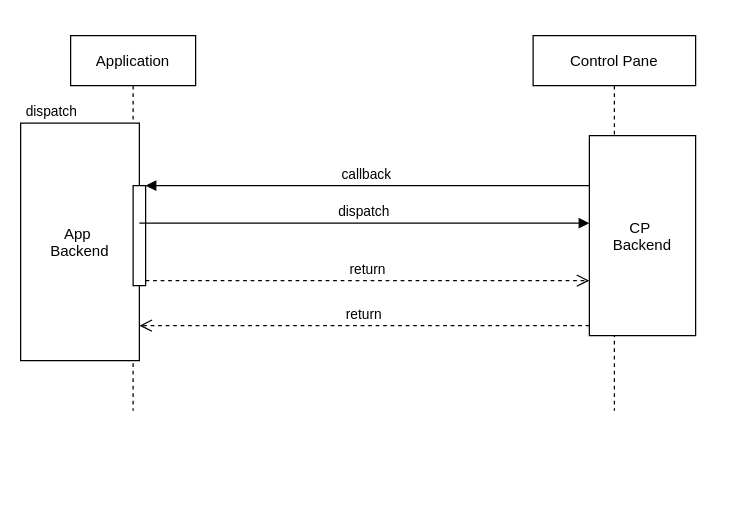
The draw.io diagram Untitled Diagram.drawio in jakeskeez/Diagrams, before the edit. Source tidied: cells renumbered, new cells numbered last; positions are measured from the earlier drawing's top-left corner, leaving out a move shared by most shapes. Both pictures are drawn from the tidied source at 125%, with x=0, y=0 at pixel (20, 35).
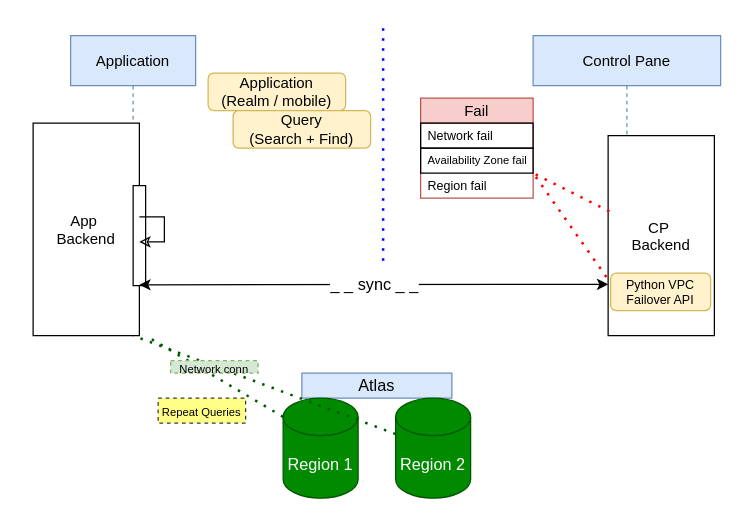
Above is the later version.

The change refers to these unchanged cells:
```xml
<mxCell id="5" style="points=[];perimeter=orthogonalPerimeter;rounded=0;shadow=0;strokeWidth=1;" parent="2" vertex="1">
  <mxGeometry x="50" y="120" width="10" height="80" as="geometry" />
</mxCell>
```

Diff of the diagram source:
```diff
@@
-    <mxCell id="2" value="Application" style="shape=umlLifeline;perimeter=lifelinePerimeter;rounded=0;shadow=0;strokeWidth=1;" parent="1" vertex="1">
-      <mxGeometry x="40" width="100" height="300" as="geometry" />
+    <mxCell id="2" value="Application" style="shape=umlLifeline;perimeter=lifelinePerimeter;rounded=0;shadow=0;strokeWidth=1;fillColor=#dae8fc;strokeColor=#6c8ebf;" parent="1" vertex="1">
+      <mxGeometry x="40" width="100" height="240" as="geometry" />
     </mxCell>
     <mxCell id="3" value="App &#10;Backend" style="points=[];perimeter=orthogonalPerimeter;rounded=0;shadow=0;strokeWidth=1;" parent="2" vertex="1">
-      <mxGeometry x="-40" y="70" width="95" height="190" as="geometry" />
+      <mxGeometry x="-30" y="70" width="85" height="170" as="geometry" />
     </mxCell>
-    <mxCell id="4" value="dispatch" style="verticalAlign=bottom;startArrow=oval;endArrow=block;startSize=8;shadow=0;strokeWidth=1;" parent="2" edge="1" target="3">
-      <mxGeometry relative="1" as="geometry">
-        <mxPoint x="-15" y="70" as="sourcePoint" />
-      </mxGeometry>
-    </mxCell>
@@
+    <mxCell id="12" style="edgeStyle=orthogonalEdgeStyle;rounded=0;orthogonalLoop=1;jettySize=auto;html=1;fontSize=9;endArrow=classic;endFill=0;" parent="2" edge="1" source="3" target="3">
+      <mxGeometry relative="1" as="geometry" />
+    </mxCell>
-    <mxCell id="6" value="Control Pane" style="shape=umlLifeline;perimeter=lifelinePerimeter;rounded=0;shadow=0;strokeWidth=1;" parent="1" vertex="1">
-      <mxGeometry x="410" width="130" height="300" as="geometry" />
+    <mxCell id="6" value="Control Pane" style="shape=umlLifeline;perimeter=lifelinePerimeter;rounded=0;shadow=0;strokeWidth=1;fillColor=#dae8fc;strokeColor=#6c8ebf;" parent="1" vertex="1">
+      <mxGeometry x="410" width="150" height="240" as="geometry" />
     </mxCell>
     <mxCell id="7" value="CP &#10;Backend" style="points=[];perimeter=orthogonalPerimeter;rounded=0;shadow=0;strokeWidth=1;" parent="6" vertex="1">
-      <mxGeometry x="45" y="80" width="85" height="160" as="geometry" />
+      <mxGeometry x="60" y="80" width="85" height="160" as="geometry" />
     </mxCell>
-    <mxCell id="8" value="return" style="verticalAlign=bottom;endArrow=open;dashed=1;endSize=8;exitX=0;exitY=0.95;shadow=0;strokeWidth=1;" parent="1" edge="1" source="7" target="3">
-      <mxGeometry relative="1" as="geometry" />
-    </mxCell>
-    <mxCell id="9" value="dispatch" style="verticalAlign=bottom;endArrow=block;shadow=0;strokeWidth=1;" parent="1" edge="1" source="3" target="7">
-      <mxGeometry relative="1" as="geometry">
-        <Array as="points">
-          <mxPoint x="100" y="150" />
-        </Array>
-      </mxGeometry>
-    </mxCell>
-    <mxCell id="10" value="callback" style="verticalAlign=bottom;endArrow=block;entryX=1;entryY=0;shadow=0;strokeWidth=1;" parent="1" edge="1" source="7" target="5">
-      <mxGeometry relative="1" as="geometry" />
-    </mxCell>
-    <mxCell id="11" value="return" style="verticalAlign=bottom;endArrow=open;dashed=1;endSize=8;exitX=1;exitY=0.95;shadow=0;strokeWidth=1;" parent="1" edge="1" source="5" target="7">
-      <mxGeometry relative="1" as="geometry" />
-    </mxCell>
+    <mxCell id="13" value="Python VPC&lt;br&gt;Failover API" style="rounded=1;whiteSpace=wrap;html=1;fontSize=10;strokeColor=#d6b656;fillColor=#fff2cc;" parent="6" vertex="1">
+      <mxGeometry x="62" y="190" width="80" height="30" as="geometry" />
+    </mxCell>
+    <mxCell id="14" style="endArrow=none;dashed=1;html=1;dashPattern=1 3;strokeWidth=2;rounded=0;fontSize=9;entryX=-0.012;entryY=0.71;entryDx=0;entryDy=0;entryPerimeter=0;exitX=0.012;exitY=0.379;exitDx=0;exitDy=0;exitPerimeter=0;strokeColor=#FF0000;" parent="6" edge="1" source="7" target="7">
+      <mxGeometry relative="1" as="geometry">
+        <Array as="points">
+          <mxPoint y="110" />
+        </Array>
+      </mxGeometry>
+    </mxCell>
+    <mxCell id="15" value="Application &lt;br&gt;(Realm / mobile)" style="rounded=1;whiteSpace=wrap;html=1;fillColor=#fff2cc;strokeColor=#d6b656;" parent="1" vertex="1">
+      <mxGeometry x="150" y="30" width="110" height="30" as="geometry" />
+    </mxCell>
+    <mxCell id="16" value="Query &lt;br&gt;(Search + Find)" style="rounded=1;whiteSpace=wrap;html=1;fillColor=#fff2cc;strokeColor=#d6b656;" parent="1" vertex="1">
+      <mxGeometry x="170" y="60" width="110" height="30" as="geometry" />
+    </mxCell>
+    <mxCell id="17" value="Fail" style="swimlane;fontStyle=0;horizontal=1;startSize=20;fillColor=#f8cecc;strokeColor=#b85450;" parent="1" vertex="1">
+      <mxGeometry x="320" y="50" width="90" height="80" as="geometry" />
+    </mxCell>
+    <mxCell id="18" value="Network fail" style="text;strokeColor=default;fillColor=none;align=left;verticalAlign=middle;spacingLeft=4;spacingRight=4;overflow=hidden;fontSize=10;" parent="17" vertex="1">
+      <mxGeometry y="20" width="90" height="20" as="geometry" />
+    </mxCell>
+    <mxCell id="19" value="Availability Zone fail" style="text;strokeColor=default;fillColor=none;align=left;verticalAlign=middle;spacingLeft=4;spacingRight=4;overflow=hidden;fontSize=9;" parent="17" vertex="1">
+      <mxGeometry y="40" width="90" height="20" as="geometry" />
+    </mxCell>
+    <mxCell id="20" value="Region fail" style="text;strokeColor=none;fillColor=none;align=left;verticalAlign=middle;spacingLeft=4;spacingRight=4;overflow=hidden;fontSize=10;" parent="17" vertex="1">
+      <mxGeometry y="60" width="90" height="20" as="geometry" />
+    </mxCell>
+    <mxCell id="21" value="&lt;div style=&quot;text-align: justify&quot;&gt;&lt;span style=&quot;font-size: 13px&quot;&gt;Atlas&lt;/span&gt;&lt;/div&gt;" style="rounded=0;whiteSpace=wrap;html=1;fontSize=10;strokeColor=#6c8ebf;align=center;fillColor=#dae8fc;" parent="1" vertex="1">
+      <mxGeometry x="225" y="270" width="120" height="20" as="geometry" />
+    </mxCell>
+    <mxCell id="22" value="Region 1" style="shape=cylinder3;whiteSpace=wrap;html=1;boundedLbl=1;backgroundOutline=1;size=15;fontSize=13;strokeColor=#005700;fillColor=#008a00;fontColor=#ffffff;" parent="1" vertex="1">
+      <mxGeometry x="210" y="290" width="60" height="80" as="geometry" />
+    </mxCell>
+    <mxCell id="23" value="Region 2" style="shape=cylinder3;whiteSpace=wrap;html=1;boundedLbl=1;backgroundOutline=1;size=15;fontSize=13;strokeColor=#005700;fillColor=#008a00;fontColor=#ffffff;" parent="1" vertex="1">
+      <mxGeometry x="300" y="290" width="60" height="80" as="geometry" />
+    </mxCell>
+    <mxCell id="24" style="endArrow=none;dashed=1;html=1;dashPattern=1 3;strokeWidth=2;rounded=0;fontSize=13;exitX=0;exitY=0;exitDx=0;exitDy=15;exitPerimeter=0;fillColor=#008a00;strokeColor=#005700;" parent="1" edge="1" source="22">
+      <mxGeometry relative="1" as="geometry">
+        <mxPoint x="100" y="240" as="targetPoint" />
+      </mxGeometry>
+    </mxCell>
+    <mxCell id="25" style="endArrow=none;dashed=1;html=1;dashPattern=1 3;strokeWidth=2;rounded=0;fontSize=13;fillColor=#008a00;strokeColor=#005700;" parent="1" edge="1" source="23">
+      <mxGeometry relative="1" as="geometry">
+        <mxPoint x="90" y="240" as="targetPoint" />
+      </mxGeometry>
+    </mxCell>
+    <mxCell id="26" value="&lt;font style=&quot;font-size: 9px&quot;&gt;Repeat Queries&lt;/font&gt;" style="text;html=1;strokeColor=#36393d;fillColor=#ffff88;align=center;verticalAlign=middle;whiteSpace=wrap;rounded=0;fontSize=13;dashed=1;" parent="1" vertex="1">
+      <mxGeometry x="110" y="290" width="70" height="20" as="geometry" />
+    </mxCell>
+    <mxCell id="27" value="_ _ sync _ _" style="endArrow=classic;startArrow=classic;html=1;rounded=0;fontSize=13;exitX=1;exitY=0.761;exitDx=0;exitDy=0;exitPerimeter=0;" parent="1" edge="1" source="3">
+      <mxGeometry relative="1" as="geometry">
+        <mxPoint x="470" y="199" as="targetPoint" />
+      </mxGeometry>
+    </mxCell>
+    <mxCell id="28" value="&lt;font style=&quot;font-size: 9px&quot;&gt;Network conn&lt;/font&gt;" style="text;html=1;strokeColor=#82b366;fillColor=#d5e8d4;align=center;verticalAlign=middle;whiteSpace=wrap;rounded=0;fontSize=13;dashed=1;" parent="1" vertex="1">
+      <mxGeometry x="120" y="260" width="70" height="10" as="geometry" />
+    </mxCell>
+    <mxCell id="29" style="endArrow=none;dashed=1;html=1;dashPattern=1 3;strokeWidth=2;rounded=0;fontSize=9;fillColor=#cce5ff;strokeColor=#0000FF;" parent="1" edge="1">
+      <mxGeometry relative="1" as="geometry">
+        <mxPoint x="290" y="180" as="sourcePoint" />
+        <mxPoint x="290" y="-10" as="targetPoint" />
+      </mxGeometry>
+    </mxCell>
```
